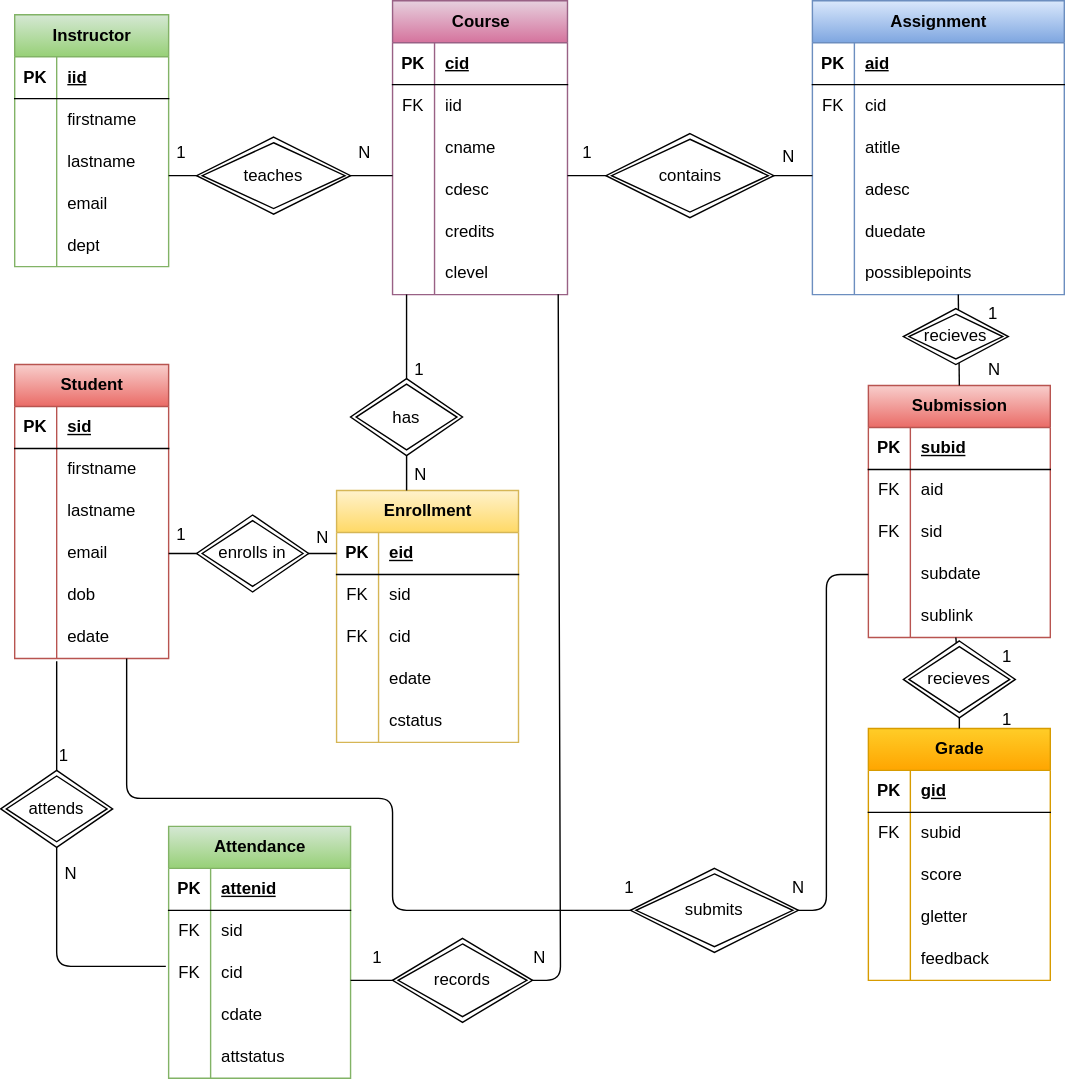
jfilloon/E-Learning-Database keeps this draw.io diagram as ER DIAGRAM.drawio.svg. Above is the earlier version. Source tidied: cells renumbered, new cells last; positions are measured from the earlier drawing's top-left corner, leaving out a move shared by most shapes.
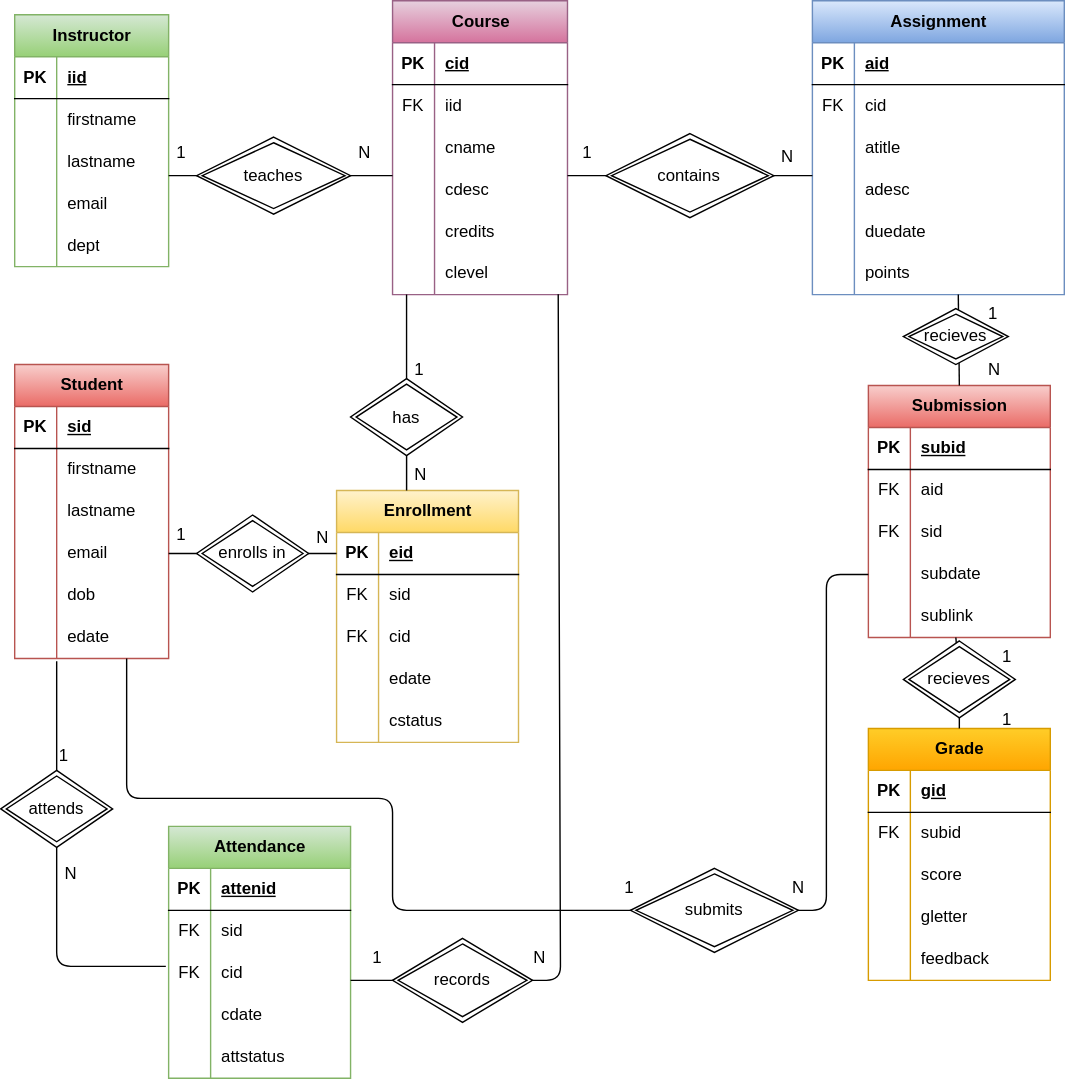
The same file after the commit.

Diff of the diagram source:
```diff
@@ -161,7 +161,7 @@
     <mxCell id="54" style="shape=partialRectangle;fillColor=none;top=0;left=0;bottom=0;right=0;overflow=hidden;whiteSpace=wrap;html=1;" parent="53" vertex="1">
       <mxGeometry width="30" height="30" as="geometry" />
     </mxCell>
-    <mxCell id="55" value="possiblepoints" style="shape=partialRectangle;fillColor=none;top=0;left=0;bottom=0;right=0;align=left;spacingLeft=6;overflow=hidden;whiteSpace=wrap;html=1;" parent="53" vertex="1">
+    <mxCell id="55" value="points" style="shape=partialRectangle;fillColor=none;top=0;left=0;bottom=0;right=0;align=left;spacingLeft=6;overflow=hidden;whiteSpace=wrap;html=1;" parent="53" vertex="1">
       <mxGeometry x="30" width="150" height="30" as="geometry" />
     </mxCell>
     <mxCell id="56" value="Enrollment" style="shape=table;startSize=30;rowLines=0;fontStyle=1;align=center;html=1;fillColor=#fff2cc;gradientColor=#ffd966;strokeColor=#d6b656;" parent="1" vertex="1">
```
